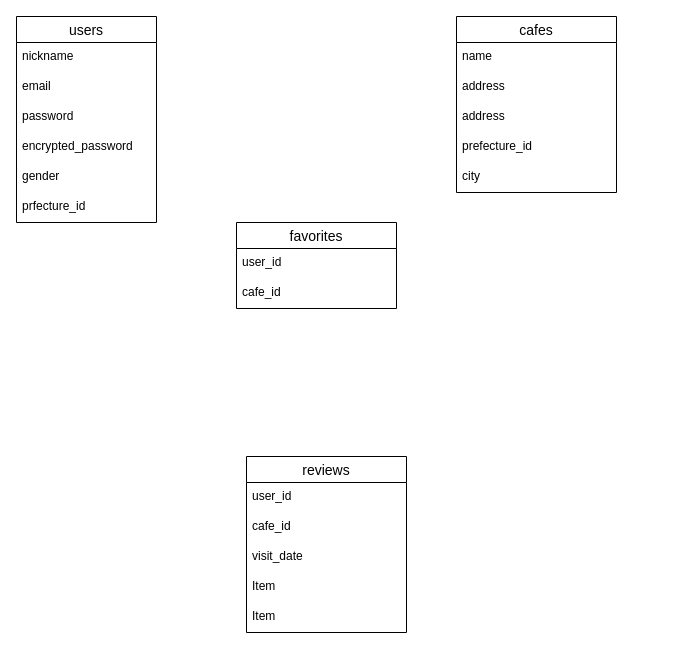
Above: page "ページ1" (1 of 2) of test.dio in kiki2613/withpet (draw.io), before the change. Source tidied: cells renumbered, new cells numbered last; positions are measured from the earlier drawing's top-left corner, leaving out a move shared by most shapes. Both pictures are drawn from the tidied source at 100%, with x=0, y=0 at pixel (16, 16).
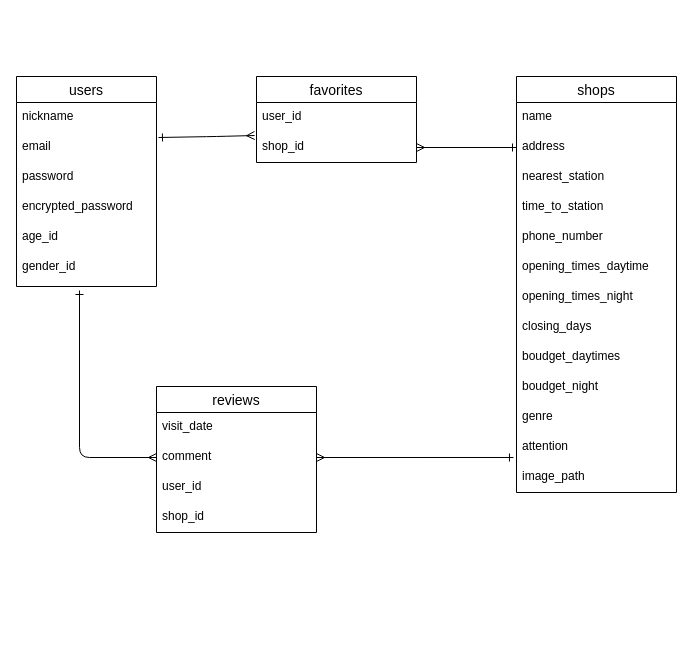
The same page after the edit.

The change refers to these unchanged cells:
```xml
<mxCell id="4" value="email" style="text;strokeColor=none;fillColor=none;spacingLeft=4;spacingRight=4;overflow=hidden;points=[[0,0.5],[1,0.5]];portConstraint=eastwest;fontSize=12;" parent="2" vertex="1">
  <mxGeometry y="56" width="140" height="30" as="geometry" />
</mxCell>
<mxCell id="11" value="address" style="text;strokeColor=none;fillColor=none;spacingLeft=4;spacingRight=4;overflow=hidden;points=[[0,0.5],[1,0.5]];portConstraint=eastwest;fontSize=12;" parent="9" vertex="1">
  <mxGeometry y="56" width="160" height="30" as="geometry" />
</mxCell>
```

Diff of the diagram source:
```diff
@@
     <mxCell id="2" value="users" style="swimlane;fontStyle=0;horizontal=1;startSize=26;align=center;fontSize=14;" parent="1" vertex="1">
-      <mxGeometry width="140" height="206" as="geometry" />
+      <mxGeometry y="60" width="140" height="210" as="geometry" />
     </mxCell>
@@
-    <mxCell id="7" value="gender" style="text;strokeColor=none;fillColor=none;spacingLeft=4;spacingRight=4;overflow=hidden;fontSize=12;" parent="2" vertex="1">
+    <mxCell id="7" value="age_id" style="text;strokeColor=none;fillColor=none;spacingLeft=4;spacingRight=4;overflow=hidden;fontSize=12;" parent="2" vertex="1">
       <mxGeometry y="146" width="140" height="30" as="geometry" />
     </mxCell>
-    <mxCell id="8" value="prfecture_id" style="text;strokeColor=none;fillColor=none;spacingLeft=4;spacingRight=4;overflow=hidden;points=[[0,0.5],[1,0.5]];portConstraint=eastwest;fontSize=12;" parent="2" vertex="1">
-      <mxGeometry y="176" width="140" height="30" as="geometry" />
+    <mxCell id="8" value="gender_id" style="text;strokeColor=none;fillColor=none;spacingLeft=4;spacingRight=4;overflow=hidden;points=[[0,0.5],[1,0.5]];portConstraint=eastwest;fontSize=12;" parent="2" vertex="1">
+      <mxGeometry y="176" width="140" height="34" as="geometry" />
     </mxCell>
-    <mxCell id="9" value="cafes" style="swimlane;fontStyle=0;horizontal=1;startSize=26;align=center;fontSize=14;" parent="1" vertex="1">
-      <mxGeometry x="440" width="160" height="176" as="geometry" />
+    <mxCell id="9" value="shops" style="swimlane;fontStyle=0;horizontal=1;startSize=26;align=center;fontSize=14;" parent="1" vertex="1">
+      <mxGeometry x="500" y="60" width="160" height="416" as="geometry" />
     </mxCell>
@@
-    <mxCell id="12" value="address" style="text;strokeColor=none;fillColor=none;spacingLeft=4;spacingRight=4;overflow=hidden;fontSize=12;" parent="9" vertex="1">
+    <mxCell id="12" value="nearest_station" style="text;strokeColor=none;fillColor=none;spacingLeft=4;spacingRight=4;overflow=hidden;fontSize=12;" parent="9" vertex="1">
       <mxGeometry y="86" width="160" height="30" as="geometry" />
     </mxCell>
-    <mxCell id="13" value="prefecture_id" style="text;strokeColor=none;fillColor=none;spacingLeft=4;spacingRight=4;overflow=hidden;fontSize=12;" parent="9" vertex="1">
+    <mxCell id="13" value="time_to_station" style="text;strokeColor=none;fillColor=none;spacingLeft=4;spacingRight=4;overflow=hidden;fontSize=12;" parent="9" vertex="1">
       <mxGeometry y="116" width="160" height="30" as="geometry" />
     </mxCell>
-    <mxCell id="14" value="city&#10;" style="text;strokeColor=none;fillColor=none;spacingLeft=4;spacingRight=4;overflow=hidden;fontSize=12;" parent="9" vertex="1">
+    <mxCell id="14" value="phone_number" style="text;strokeColor=none;fillColor=none;spacingLeft=4;spacingRight=4;overflow=hidden;fontSize=12;" parent="9" vertex="1">
       <mxGeometry y="146" width="160" height="30" as="geometry" />
     </mxCell>
+    <mxCell id="24" value="opening_times_daytime" style="text;strokeColor=none;fillColor=none;spacingLeft=4;spacingRight=4;overflow=hidden;fontSize=12;" parent="9" vertex="1">
+      <mxGeometry y="176" width="160" height="30" as="geometry" />
+    </mxCell>
+    <mxCell id="25" value="opening_times_night" style="text;strokeColor=none;fillColor=none;spacingLeft=4;spacingRight=4;overflow=hidden;fontSize=12;" parent="9" vertex="1">
+      <mxGeometry y="206" width="160" height="30" as="geometry" />
+    </mxCell>
+    <mxCell id="26" value="closing_days" style="text;strokeColor=none;fillColor=none;spacingLeft=4;spacingRight=4;overflow=hidden;fontSize=12;" parent="9" vertex="1">
+      <mxGeometry y="236" width="160" height="30" as="geometry" />
+    </mxCell>
+    <mxCell id="27" value="boudget_daytimes" style="text;strokeColor=none;fillColor=none;spacingLeft=4;spacingRight=4;overflow=hidden;fontSize=12;" parent="9" vertex="1">
+      <mxGeometry y="266" width="160" height="30" as="geometry" />
+    </mxCell>
+    <mxCell id="28" value="boudget_night" style="text;strokeColor=none;fillColor=none;spacingLeft=4;spacingRight=4;overflow=hidden;fontSize=12;" parent="9" vertex="1">
+      <mxGeometry y="296" width="160" height="30" as="geometry" />
+    </mxCell>
+    <mxCell id="29" value="genre" style="text;strokeColor=none;fillColor=none;spacingLeft=4;spacingRight=4;overflow=hidden;fontSize=12;" parent="9" vertex="1">
+      <mxGeometry y="326" width="160" height="30" as="geometry" />
+    </mxCell>
+    <mxCell id="30" value="attention" style="text;strokeColor=none;fillColor=none;spacingLeft=4;spacingRight=4;overflow=hidden;points=[[0,0.5],[1,0.5]];portConstraint=eastwest;fontSize=12;" parent="9" vertex="1">
+      <mxGeometry y="356" width="160" height="30" as="geometry" />
+    </mxCell>
+    <mxCell id="31" value="image_path" style="text;strokeColor=none;fillColor=none;spacingLeft=4;spacingRight=4;overflow=hidden;fontSize=12;" parent="9" vertex="1">
+      <mxGeometry y="386" width="160" height="30" as="geometry" />
+    </mxCell>
     <mxCell id="15" value="favorites" style="swimlane;fontStyle=0;horizontal=1;startSize=26;align=center;fontSize=14;" parent="1" vertex="1">
-      <mxGeometry x="220" y="206" width="160" height="86" as="geometry" />
+      <mxGeometry x="240" y="60" width="160" height="86" as="geometry" />
     </mxCell>
@@
-    <mxCell id="17" value="cafe_id" style="text;strokeColor=none;fillColor=none;spacingLeft=4;spacingRight=4;overflow=hidden;points=[[0,0.5],[1,0.5]];portConstraint=eastwest;fontSize=12;" parent="15" vertex="1">
+    <mxCell id="17" value="shop_id" style="text;strokeColor=none;fillColor=none;spacingLeft=4;spacingRight=4;overflow=hidden;points=[[0,0.5],[1,0.5]];portConstraint=eastwest;fontSize=12;" parent="15" vertex="1">
       <mxGeometry y="56" width="160" height="30" as="geometry" />
     </mxCell>
     <mxCell id="18" value="reviews" style="swimlane;fontStyle=0;horizontal=1;startSize=26;align=center;fontSize=14;" parent="1" vertex="1">
-      <mxGeometry x="230" y="440" width="160" height="176" as="geometry" />
+      <mxGeometry x="140" y="370" width="160" height="146" as="geometry" />
     </mxCell>
+    <mxCell id="21" value="visit_date" style="text;strokeColor=none;fillColor=none;spacingLeft=4;spacingRight=4;overflow=hidden;fontSize=12;" parent="18" vertex="1">
+      <mxGeometry y="26" width="160" height="30" as="geometry" />
+    </mxCell>
+    <mxCell id="22" value="comment" style="text;strokeColor=none;fillColor=none;spacingLeft=4;spacingRight=4;overflow=hidden;points=[[0,0.5],[1,0.5]];portConstraint=eastwest;fontSize=12;" parent="18" vertex="1">
+      <mxGeometry y="56" width="160" height="30" as="geometry" />
+    </mxCell>
     <mxCell id="19" value="user_id" style="text;strokeColor=none;fillColor=none;spacingLeft=4;spacingRight=4;overflow=hidden;fontSize=12;" parent="18" vertex="1">
-      <mxGeometry y="26" width="160" height="30" as="geometry" />
+      <mxGeometry y="86" width="160" height="30" as="geometry" />
     </mxCell>
-    <mxCell id="20" value="cafe_id" style="text;strokeColor=none;fillColor=none;spacingLeft=4;spacingRight=4;overflow=hidden;fontSize=12;" parent="18" vertex="1">
-      <mxGeometry y="56" width="160" height="30" as="geometry" />
+    <mxCell id="20" value="shop_id" style="text;strokeColor=none;fillColor=none;spacingLeft=4;spacingRight=4;overflow=hidden;fontSize=12;" parent="18" vertex="1">
+      <mxGeometry y="116" width="160" height="30" as="geometry" />
     </mxCell>
-    <mxCell id="21" value="visit_date" style="text;strokeColor=none;fillColor=none;spacingLeft=4;spacingRight=4;overflow=hidden;fontSize=12;" parent="18" vertex="1">
-      <mxGeometry y="86" width="160" height="30" as="geometry" />
-    </mxCell>
-    <mxCell id="22" value="Item" style="text;strokeColor=none;fillColor=none;spacingLeft=4;spacingRight=4;overflow=hidden;points=[[0,0.5],[1,0.5]];portConstraint=eastwest;fontSize=12;" parent="18" vertex="1">
-      <mxGeometry y="116" width="160" height="30" as="geometry" />
-    </mxCell>
-    <mxCell id="23" value="Item" style="text;strokeColor=none;fillColor=none;spacingLeft=4;spacingRight=4;overflow=hidden;fontSize=12;" parent="18" vertex="1">
-      <mxGeometry y="146" width="160" height="30" as="geometry" />
-    </mxCell>
+    <mxCell id="32" style="edgeStyle=none;html=1;entryX=-0.012;entryY=0.1;entryDx=0;entryDy=0;entryPerimeter=0;endArrow=ERmany;endFill=0;startArrow=ERone;startFill=0;exitX=1.014;exitY=0.167;exitDx=0;exitDy=0;exitPerimeter=0;" parent="1" edge="1" source="4" target="17">
+      <mxGeometry relative="1" as="geometry">
+        <Array as="points">
+          <mxPoint x="200" y="120" />
+        </Array>
+      </mxGeometry>
+    </mxCell>
+    <mxCell id="33" style="edgeStyle=none;html=1;entryX=0.45;entryY=1.118;entryDx=0;entryDy=0;entryPerimeter=0;startArrow=ERmany;startFill=0;endArrow=ERone;endFill=0;" parent="1" edge="1" source="22" target="8">
+      <mxGeometry relative="1" as="geometry">
+        <Array as="points">
+          <mxPoint x="63" y="441" />
+        </Array>
+      </mxGeometry>
+    </mxCell>
+    <mxCell id="34" style="edgeStyle=none;html=1;entryX=1;entryY=0.5;entryDx=0;entryDy=0;startArrow=ERone;startFill=0;endArrow=ERmany;endFill=0;" parent="1" edge="1" source="11" target="17">
+      <mxGeometry relative="1" as="geometry" />
+    </mxCell>
+    <mxCell id="35" style="edgeStyle=none;html=1;startArrow=ERmany;startFill=0;endArrow=ERone;endFill=0;entryX=-0.019;entryY=0.833;entryDx=0;entryDy=0;entryPerimeter=0;" parent="1" edge="1" source="22" target="30">
+      <mxGeometry relative="1" as="geometry" />
+    </mxCell>
```
